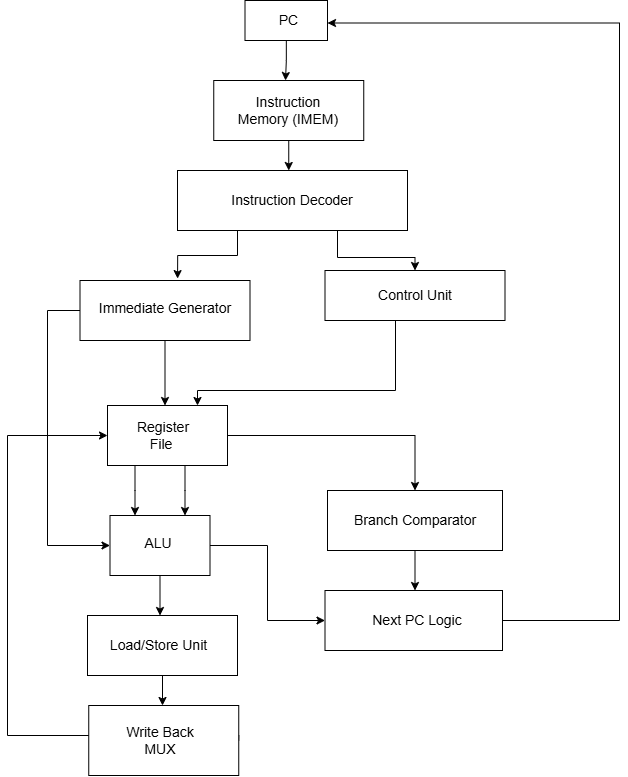
This is docs/score_v_architecture/score_v_architecture.drawio.png from etf-unibl/SCore-V, a draw.io export, as it was before one commit. Source tidied: cells renumbered, new cells last; positions are measured from the earlier drawing's top-left corner, leaving out a move shared by most shapes.
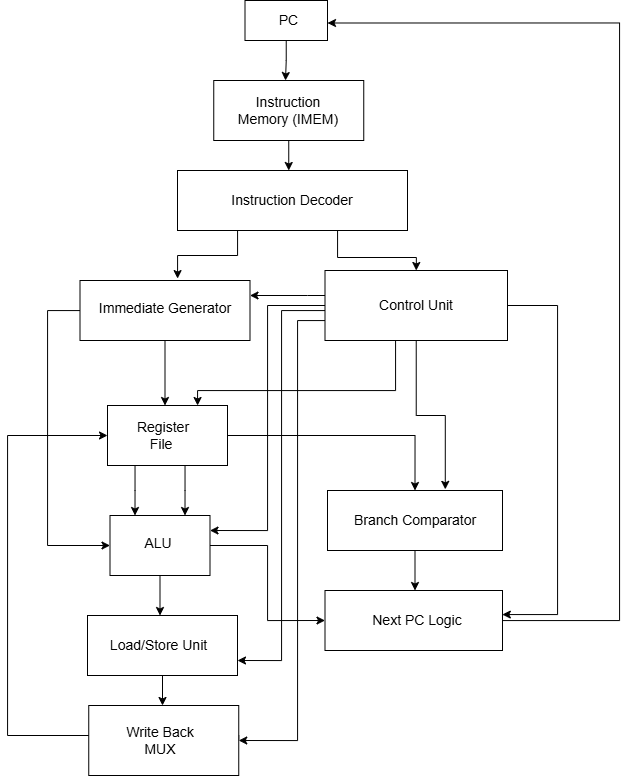
The same diagram one commit later.

Commit message:
Issue #158 : Add high-level architecture diagram to README

-  Fixed and updated the diagram for better clarity.

Diff of the diagram source:
```diff
@@ -43,8 +43,35 @@
         </Array>
       </mxGeometry>
     </mxCell>
+    <mxCell id="40" style="edgeStyle=orthogonalEdgeStyle;rounded=0;jettySize=auto;html=1;entryX=1;entryY=0.25;entryDx=0;entryDy=0;" parent="1" edge="1" source="10" target="22">
+      <mxGeometry relative="1" as="geometry" />
+    </mxCell>
+    <mxCell id="41" style="edgeStyle=orthogonalEdgeStyle;rounded=0;jettySize=auto;html=1;entryX=1;entryY=0.75;entryDx=0;entryDy=0;" parent="1" edge="1" source="10" target="25">
+      <mxGeometry relative="1" as="geometry">
+        <Array as="points">
+          <mxPoint x="274" y="310" />
+          <mxPoint x="274" y="660" />
+        </Array>
+      </mxGeometry>
+    </mxCell>
+    <mxCell id="42" style="edgeStyle=orthogonalEdgeStyle;rounded=0;jettySize=auto;html=1;entryX=1;entryY=0.5;entryDx=0;entryDy=0;" parent="1" edge="1" source="10" target="28">
+      <mxGeometry relative="1" as="geometry">
+        <Array as="points">
+          <mxPoint x="290" y="320" />
+          <mxPoint x="290" y="740" />
+        </Array>
+      </mxGeometry>
+    </mxCell>
+    <mxCell id="43" style="edgeStyle=orthogonalEdgeStyle;rounded=0;jettySize=auto;html=1;entryX=1;entryY=0.25;entryDx=0;entryDy=0;" parent="1" edge="1" source="10" target="34">
+      <mxGeometry relative="1" as="geometry">
+        <Array as="points">
+          <mxPoint x="300" y="295" />
+          <mxPoint x="300" y="295" />
+        </Array>
+      </mxGeometry>
+    </mxCell>
     <mxCell id="10" style="rounded=0;whiteSpace=wrap;html=1;" parent="1" vertex="1">
-      <mxGeometry x="317.5" y="270" width="180" height="50" as="geometry" />
+      <mxGeometry x="317.5" y="270" width="182.5" height="70" as="geometry" />
     </mxCell>
     <mxCell id="11" style="edgeStyle=orthogonalEdgeStyle;rounded=0;jettySize=auto;html=1;entryX=0.75;entryY=0;entryDx=0;entryDy=0;" parent="1" edge="1" source="14" target="22">
       <mxGeometry relative="1" as="geometry">
@@ -67,7 +94,7 @@
       <mxGeometry x="100" y="405" width="120" height="60" as="geometry" />
     </mxCell>
     <mxCell id="15" value="&lt;font style=&quot;font-size: 14px;&quot;&gt;Control Unit&lt;/font&gt;" style="text;html=1;whiteSpace=wrap;strokeColor=none;fillColor=none;align=center;verticalAlign=middle;rounded=0;" parent="1" vertex="1">
-      <mxGeometry x="358.8" y="280" width="97.5" height="30" as="geometry" />
+      <mxGeometry x="360" y="290" width="97.5" height="30" as="geometry" />
     </mxCell>
     <mxCell id="16" value="&lt;font style=&quot;font-size: 14px;&quot;&gt;Register File&amp;nbsp;&lt;/font&gt;" style="text;html=1;whiteSpace=wrap;strokeColor=none;fillColor=none;align=center;verticalAlign=middle;rounded=0;" parent="1" vertex="1">
       <mxGeometry x="116.2" y="420" width="80" height="30" as="geometry" />
@@ -174,5 +201,16 @@
         </Array>
       </mxGeometry>
     </mxCell>
+    <mxCell id="44" style="edgeStyle=orthogonalEdgeStyle;rounded=0;jettySize=auto;html=1;entryX=0.999;entryY=0.401;entryDx=0;entryDy=0;entryPerimeter=0;" parent="1" edge="1" source="10" target="37">
+      <mxGeometry relative="1" as="geometry">
+        <Array as="points">
+          <mxPoint x="550" y="305" />
+          <mxPoint x="550" y="614" />
+        </Array>
+      </mxGeometry>
+    </mxCell>
+    <mxCell id="45" style="edgeStyle=orthogonalEdgeStyle;rounded=0;jettySize=auto;html=1;entryX=0.673;entryY=-0.019;entryDx=0;entryDy=0;entryPerimeter=0;" parent="1" edge="1" source="10" target="18">
+      <mxGeometry relative="1" as="geometry" />
+    </mxCell>
   </root>
 </mxGraphModel>
```
